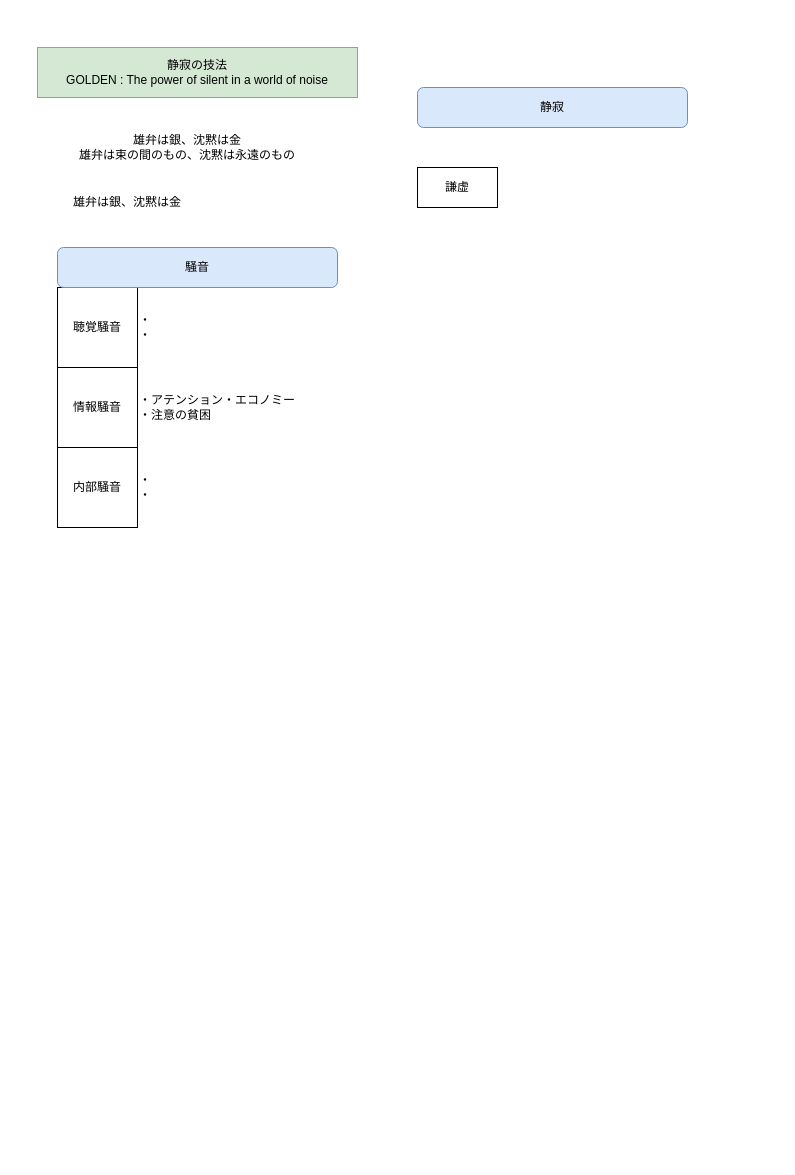
The draw.io diagram 静寂の技法.drawio in YossyIto/booklog_drowio, before the edit. Source tidied: cells renumbered, new cells numbered last; positions are measured from the earlier drawing's top-left corner, leaving out a move shared by most shapes. Both pictures are drawn from the tidied source at 100%, with x=0, y=0 at pixel (37, 47).
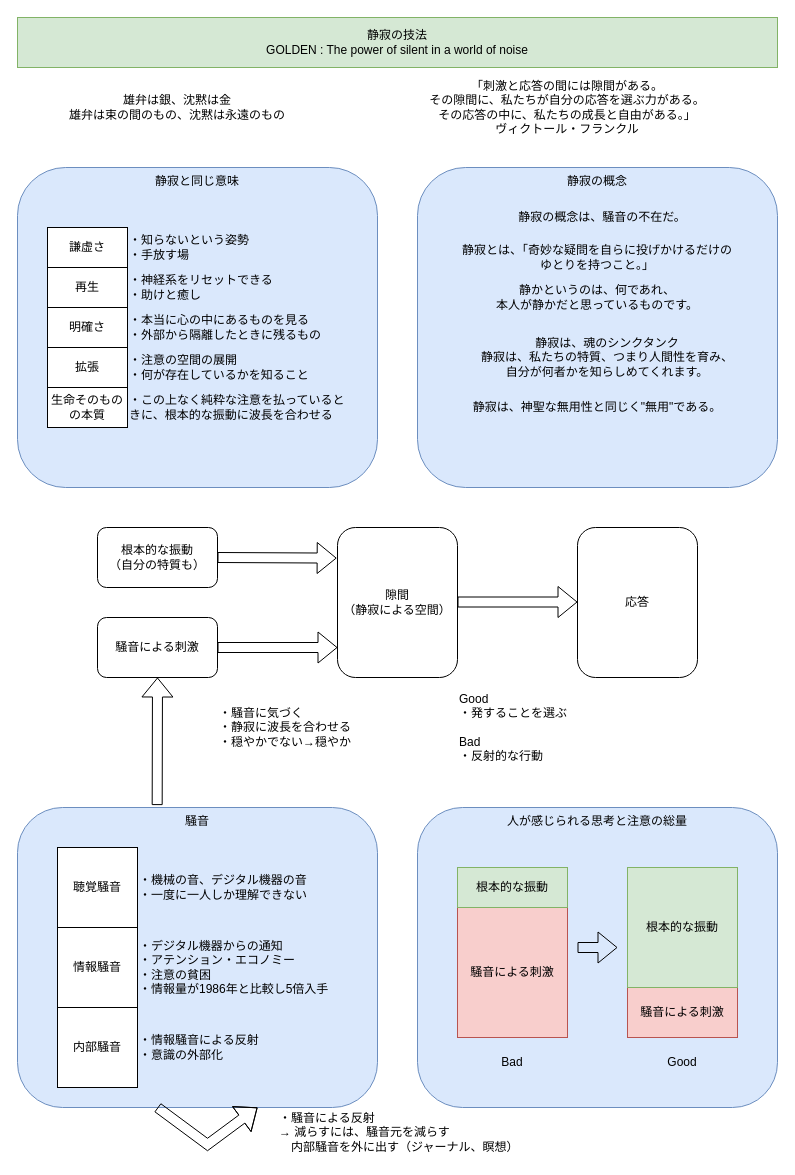
After the change.

Commit message:
静寂の技法.drawio を更新します

What changed in the source:
```diff
@@
+    <mxCell id="14" value="静寂の概念" style="rounded=1;whiteSpace=wrap;html=1;fillColor=#dae8fc;strokeColor=#6c8ebf;horizontal=1;verticalAlign=top;" parent="1" vertex="1">
+      <mxGeometry x="380" y="120" width="360" height="320" as="geometry" />
+    </mxCell>
+    <mxCell id="12" value="静寂と同じ意味" style="rounded=1;whiteSpace=wrap;html=1;fillColor=#dae8fc;strokeColor=#6c8ebf;horizontal=1;verticalAlign=top;" parent="1" vertex="1">
+      <mxGeometry x="-20" y="120" width="360" height="320" as="geometry" />
+    </mxCell>
+    <mxCell id="8" value="騒音" style="rounded=1;whiteSpace=wrap;html=1;fillColor=#dae8fc;strokeColor=#6c8ebf;verticalAlign=top;" parent="1" vertex="1">
+      <mxGeometry x="-20" y="760" width="360" height="300" as="geometry" />
+    </mxCell>
     <mxCell id="2" value="静寂の技法&lt;div&gt;GOLDEN : The power of silent in a world of noise&lt;/div&gt;" style="text;html=1;align=center;verticalAlign=middle;whiteSpace=wrap;rounded=0;fillColor=#d5e8d4;strokeColor=#82b366;" parent="1" vertex="1">
-      <mxGeometry width="320" height="50" as="geometry" />
+      <mxGeometry x="-20" y="-30" width="760" height="50" as="geometry" />
     </mxCell>
     <mxCell id="3" value="雄弁は銀、沈黙は金&lt;div&gt;雄弁は束の間のもの、沈黙は永遠のもの&lt;/div&gt;" style="text;html=1;align=center;verticalAlign=middle;whiteSpace=wrap;rounded=0;" parent="1" vertex="1">
-      <mxGeometry y="80" width="300" height="40" as="geometry" />
+      <mxGeometry x="-20" y="40" width="320" height="40" as="geometry" />
     </mxCell>
-    <mxCell id="4" value="雄弁は銀、沈黙は金" style="text;html=1;align=center;verticalAlign=middle;whiteSpace=wrap;rounded=0;" parent="1" vertex="1">
-      <mxGeometry y="140" width="180" height="30" as="geometry" />
+    <mxCell id="4" value="&lt;div&gt;「刺激と応答の間には隙間がある。&lt;/div&gt;&lt;div&gt;その隙間に、私たちが自分の応答を選ぶ力がある。&lt;/div&gt;&lt;div&gt;その応答の中に、私たちの成長と自由がある。」&lt;/div&gt;&lt;div&gt;ヴィクトール・フランクル&lt;/div&gt;" style="text;html=1;align=center;verticalAlign=middle;whiteSpace=wrap;rounded=0;" parent="1" vertex="1">
+      <mxGeometry x="370" y="20" width="320" height="80" as="geometry" />
     </mxCell>
     <mxCell id="5" value="聴覚騒音" style="rounded=0;whiteSpace=wrap;html=1;" parent="1" vertex="1">
-      <mxGeometry x="20" y="240" width="80" height="80" as="geometry" />
+      <mxGeometry x="20" y="800" width="80" height="80" as="geometry" />
     </mxCell>
     <mxCell id="6" value="内部騒音" style="rounded=0;whiteSpace=wrap;html=1;" parent="1" vertex="1">
-      <mxGeometry x="20" y="400" width="80" height="80" as="geometry" />
+      <mxGeometry x="20" y="960" width="80" height="80" as="geometry" />
     </mxCell>
     <mxCell id="7" value="情報騒音" style="rounded=0;whiteSpace=wrap;html=1;" parent="1" vertex="1">
-      <mxGeometry x="20" y="320" width="80" height="80" as="geometry" />
+      <mxGeometry x="20" y="880" width="80" height="80" as="geometry" />
     </mxCell>
-    <mxCell id="8" value="騒音" style="rounded=1;whiteSpace=wrap;html=1;fillColor=#dae8fc;strokeColor=#6c8ebf;" parent="1" vertex="1">
-      <mxGeometry x="20" y="200" width="280" height="40" as="geometry" />
-    </mxCell>
-    <mxCell id="9" value="・&lt;div&gt;・&lt;/div&gt;" style="text;html=1;align=left;verticalAlign=middle;whiteSpace=wrap;rounded=0;" parent="1" vertex="1">
-      <mxGeometry x="100" y="240" width="200" height="80" as="geometry" />
+    <mxCell id="9" value="&lt;div&gt;・機械の音、デジタル機器の音&lt;br&gt;・一度に一人しか理解できない&lt;/div&gt;" style="text;html=1;align=left;verticalAlign=middle;whiteSpace=wrap;rounded=0;" parent="1" vertex="1">
+      <mxGeometry x="100" y="800" width="220" height="80" as="geometry" />
     </mxCell>
-    <mxCell id="10" value="・アテンション・エコノミー&lt;div&gt;・注意の貧困&lt;/div&gt;" style="text;html=1;align=left;verticalAlign=middle;whiteSpace=wrap;rounded=0;" parent="1" vertex="1">
-      <mxGeometry x="100" y="320" width="200" height="80" as="geometry" />
+    <mxCell id="10" value="&lt;div&gt;・デジタル機器からの通知&lt;/div&gt;&lt;div&gt;・アテンション・エコノミー&lt;div&gt;・注意の貧困&lt;/div&gt;&lt;/div&gt;&lt;div&gt;・情報量が1986年と比較し5倍入手&lt;/div&gt;" style="text;html=1;align=left;verticalAlign=middle;whiteSpace=wrap;rounded=0;" parent="1" vertex="1">
+      <mxGeometry x="100" y="880" width="220" height="80" as="geometry" />
     </mxCell>
-    <mxCell id="11" value="・&lt;div&gt;・&lt;/div&gt;" style="text;html=1;align=left;verticalAlign=middle;whiteSpace=wrap;rounded=0;" parent="1" vertex="1">
-      <mxGeometry x="100" y="400" width="200" height="80" as="geometry" />
+    <mxCell id="11" value="・情報騒音による反射&lt;br&gt;&lt;div&gt;・意識の外部化&lt;/div&gt;" style="text;html=1;align=left;verticalAlign=middle;whiteSpace=wrap;rounded=0;" parent="1" vertex="1">
+      <mxGeometry x="100" y="960" width="200" height="80" as="geometry" />
     </mxCell>
-    <mxCell id="12" value="静寂" style="rounded=1;whiteSpace=wrap;html=1;fillColor=#dae8fc;strokeColor=#6c8ebf;" parent="1" vertex="1">
-      <mxGeometry x="380" y="40" width="270" height="40" as="geometry" />
-    </mxCell>
-    <mxCell id="13" value="謙虚" style="rounded=0;whiteSpace=wrap;html=1;" parent="1" vertex="1">
-      <mxGeometry x="380" y="120" width="80" height="40" as="geometry" />
+    <mxCell id="13" value="再生" style="rounded=0;whiteSpace=wrap;html=1;" parent="1" vertex="1">
+      <mxGeometry x="10" y="220" width="80" height="40" as="geometry" />
     </mxCell>
+    <mxCell id="15" value="謙虚さ" style="rounded=0;whiteSpace=wrap;html=1;" parent="1" vertex="1">
+      <mxGeometry x="10" y="180" width="80" height="40" as="geometry" />
+    </mxCell>
+    <mxCell id="16" value="明確さ" style="rounded=0;whiteSpace=wrap;html=1;" parent="1" vertex="1">
+      <mxGeometry x="10" y="260" width="80" height="40" as="geometry" />
+    </mxCell>
+    <mxCell id="17" value="拡張" style="rounded=0;whiteSpace=wrap;html=1;" parent="1" vertex="1">
+      <mxGeometry x="10" y="300" width="80" height="40" as="geometry" />
+    </mxCell>
+    <mxCell id="18" value="応答" style="rounded=1;whiteSpace=wrap;html=1;" parent="1" vertex="1">
+      <mxGeometry x="540" y="480" width="120" height="150" as="geometry" />
+    </mxCell>
+    <mxCell id="19" value="騒音による刺激" style="rounded=1;whiteSpace=wrap;html=1;" parent="1" vertex="1">
+      <mxGeometry x="60" y="570" width="120" height="60" as="geometry" />
+    </mxCell>
+    <mxCell id="20" value="隙間&lt;div&gt;（静寂による空間）&lt;/div&gt;" style="rounded=1;whiteSpace=wrap;html=1;" parent="1" vertex="1">
+      <mxGeometry x="300" y="480" width="120" height="150" as="geometry" />
+    </mxCell>
+    <mxCell id="21" style="shape=flexArrow;endArrow=classic;html=1;rounded=0;exitX=1;exitY=0.5;exitDx=0;exitDy=0;" parent="1" edge="1" source="19">
+      <mxGeometry relative="1" as="geometry">
+        <mxPoint x="300" y="600" as="targetPoint" />
+      </mxGeometry>
+    </mxCell>
+    <mxCell id="22" style="shape=flexArrow;endArrow=classic;html=1;rounded=0;exitX=1;exitY=0.5;exitDx=0;exitDy=0;entryX=0;entryY=0.5;entryDx=0;entryDy=0;" parent="1" edge="1">
+      <mxGeometry relative="1" as="geometry">
+        <mxPoint x="420" y="554.5" as="sourcePoint" />
+        <mxPoint x="540" y="554.5" as="targetPoint" />
+      </mxGeometry>
+    </mxCell>
+    <mxCell id="23" value="&lt;div&gt;&lt;span style=&quot;background-color: transparent; color: light-dark(rgb(0, 0, 0), rgb(255, 255, 255));&quot;&gt;・騒音に気づく&lt;/span&gt;&lt;/div&gt;&lt;div&gt;・静寂に波長を合わせる&lt;/div&gt;&lt;div&gt;・穏やかでない→穏やか&lt;/div&gt;" style="text;html=1;align=left;verticalAlign=middle;whiteSpace=wrap;rounded=0;" parent="1" vertex="1">
+      <mxGeometry x="180" y="640" width="200" height="80" as="geometry" />
+    </mxCell>
+    <mxCell id="24" value="&lt;div&gt;&lt;span style=&quot;background-color: transparent; color: light-dark(rgb(0, 0, 0), rgb(255, 255, 255));&quot;&gt;Good&lt;br&gt;・発することを選ぶ&lt;/span&gt;&lt;/div&gt;&lt;div&gt;&lt;span style=&quot;background-color: transparent; color: light-dark(rgb(0, 0, 0), rgb(255, 255, 255));&quot;&gt;&lt;br&gt;&lt;/span&gt;&lt;/div&gt;&lt;div&gt;&lt;span style=&quot;background-color: transparent; color: light-dark(rgb(0, 0, 0), rgb(255, 255, 255));&quot;&gt;Bad&amp;nbsp;&lt;/span&gt;&lt;/div&gt;&lt;div&gt;&lt;span style=&quot;background-color: transparent; color: light-dark(rgb(0, 0, 0), rgb(255, 255, 255));&quot;&gt;・反射的な行動&lt;/span&gt;&lt;/div&gt;" style="text;html=1;align=left;verticalAlign=middle;whiteSpace=wrap;rounded=0;" parent="1" vertex="1">
+      <mxGeometry x="420" y="640" width="290" height="80" as="geometry" />
+    </mxCell>
+    <mxCell id="25" style="shape=flexArrow;endArrow=classic;html=1;rounded=0;entryX=0.5;entryY=1;entryDx=0;entryDy=0;exitX=0.388;exitY=-0.008;exitDx=0;exitDy=0;exitPerimeter=0;" parent="1" edge="1" source="8" target="19">
+      <mxGeometry relative="1" as="geometry" />
+    </mxCell>
+    <mxCell id="26" style="shape=flexArrow;endArrow=classic;html=1;rounded=0;" parent="1" edge="1">
+      <mxGeometry relative="1" as="geometry">
+        <mxPoint x="120" y="1060" as="sourcePoint" />
+        <mxPoint x="220" y="1060" as="targetPoint" />
+        <Array as="points">
+          <mxPoint x="170" y="1097" />
+        </Array>
+      </mxGeometry>
+    </mxCell>
+    <mxCell id="27" value="静寂は、神聖な無用性と同じく&quot;無用&quot;である。" style="text;html=1;align=center;verticalAlign=middle;whiteSpace=wrap;rounded=0;" parent="1" vertex="1">
+      <mxGeometry x="410" y="340" width="300" height="40" as="geometry" />
+    </mxCell>
+    <mxCell id="28" value="静寂とは、「奇妙な疑問を自らに投げかけるだけの&lt;div&gt;ゆとりを持つこと。」&lt;/div&gt;" style="text;html=1;align=center;verticalAlign=middle;whiteSpace=wrap;rounded=0;" parent="1" vertex="1">
+      <mxGeometry x="400" y="190" width="320" height="40" as="geometry" />
+    </mxCell>
+    <mxCell id="29" value="&lt;div&gt;・神経系をリセットできる&lt;/div&gt;・助けと癒し" style="text;html=1;align=left;verticalAlign=middle;whiteSpace=wrap;rounded=0;" parent="1" vertex="1">
+      <mxGeometry x="90" y="220" width="220" height="40" as="geometry" />
+    </mxCell>
+    <mxCell id="30" value="静寂の概念は、騒音の不在だ。" style="text;html=1;align=center;verticalAlign=middle;whiteSpace=wrap;rounded=0;" parent="1" vertex="1">
+      <mxGeometry x="405" y="150" width="320" height="40" as="geometry" />
+    </mxCell>
+    <mxCell id="31" value="静かというのは、何であれ、&lt;div&gt;本人が静かだと思っているものです。&lt;/div&gt;" style="text;html=1;align=center;verticalAlign=middle;whiteSpace=wrap;rounded=0;" parent="1" vertex="1">
+      <mxGeometry x="400" y="230" width="320" height="40" as="geometry" />
+    </mxCell>
+    <mxCell id="32" value="静寂は、魂のシンクタンク&lt;div&gt;静寂は、私たちの特質、つまり人間性を育み、&lt;/div&gt;&lt;div&gt;自分が何者かを知らしめてくれます。&lt;/div&gt;" style="text;html=1;align=center;verticalAlign=middle;whiteSpace=wrap;rounded=0;" parent="1" vertex="1">
+      <mxGeometry x="410" y="280" width="320" height="60" as="geometry" />
+    </mxCell>
+    <mxCell id="33" value="生命そのものの本質" style="rounded=0;whiteSpace=wrap;html=1;" parent="1" vertex="1">
+      <mxGeometry x="10" y="340" width="80" height="40" as="geometry" />
+    </mxCell>
+    <mxCell id="34" value="・知らないという姿勢&lt;div&gt;・手放す場&lt;/div&gt;" style="text;html=1;align=left;verticalAlign=middle;whiteSpace=wrap;rounded=0;" parent="1" vertex="1">
+      <mxGeometry x="90" y="180" width="220" height="40" as="geometry" />
+    </mxCell>
+    <mxCell id="35" value="&lt;div&gt;・本当に心の中にあるものを見る&lt;/div&gt;&lt;div&gt;・外部から隔離したときに残るもの&lt;/div&gt;" style="text;html=1;align=left;verticalAlign=middle;whiteSpace=wrap;rounded=0;" parent="1" vertex="1">
+      <mxGeometry x="90" y="260" width="220" height="40" as="geometry" />
+    </mxCell>
+    <mxCell id="36" value="・注意の空間の展開&lt;div&gt;・何が存在しているかを知ること&lt;/div&gt;" style="text;html=1;align=left;verticalAlign=middle;whiteSpace=wrap;rounded=0;" parent="1" vertex="1">
+      <mxGeometry x="90" y="300" width="220" height="40" as="geometry" />
+    </mxCell>
+    <mxCell id="37" value="・この上なく純粋な注意を払っているときに、根本的な振動に波長を合わせる" style="text;html=1;align=left;verticalAlign=middle;whiteSpace=wrap;rounded=0;" parent="1" vertex="1">
+      <mxGeometry x="90" y="340" width="220" height="40" as="geometry" />
+    </mxCell>
+    <mxCell id="38" value="根本的な振動&lt;div&gt;（自分の特質も）&lt;/div&gt;" style="rounded=1;whiteSpace=wrap;html=1;" parent="1" vertex="1">
+      <mxGeometry x="60" y="480" width="120" height="60" as="geometry" />
+    </mxCell>
+    <mxCell id="39" style="shape=flexArrow;endArrow=classic;html=1;rounded=0;exitX=1;exitY=0.5;exitDx=0;exitDy=0;entryX=-0.007;entryY=0.204;entryDx=0;entryDy=0;entryPerimeter=0;" parent="1" edge="1" target="20">
+      <mxGeometry relative="1" as="geometry">
+        <mxPoint x="180" y="510" as="sourcePoint" />
+      </mxGeometry>
+    </mxCell>
+    <mxCell id="40" value="人が感じられる思考と注意の総量" style="rounded=1;whiteSpace=wrap;html=1;fillColor=#dae8fc;strokeColor=#6c8ebf;verticalAlign=top;" parent="1" vertex="1">
+      <mxGeometry x="380" y="760" width="360" height="300" as="geometry" />
+    </mxCell>
+    <mxCell id="41" value="騒音による刺激" style="rounded=0;whiteSpace=wrap;html=1;fillColor=#f8cecc;strokeColor=#b85450;" parent="1" vertex="1">
+      <mxGeometry x="420" y="860" width="110" height="130" as="geometry" />
+    </mxCell>
+    <mxCell id="42" value="Bad" style="text;html=1;align=center;verticalAlign=middle;whiteSpace=wrap;rounded=0;" parent="1" vertex="1">
+      <mxGeometry x="420" y="1000" width="110" height="30" as="geometry" />
+    </mxCell>
+    <mxCell id="43" value="根本的な振動" style="rounded=0;whiteSpace=wrap;html=1;fillColor=#d5e8d4;strokeColor=#82b366;" parent="1" vertex="1">
+      <mxGeometry x="420" y="820" width="110" height="40" as="geometry" />
+    </mxCell>
+    <mxCell id="44" value="騒音による刺激" style="rounded=0;whiteSpace=wrap;html=1;fillColor=#f8cecc;strokeColor=#b85450;" parent="1" vertex="1">
+      <mxGeometry x="590" y="940" width="110" height="50" as="geometry" />
+    </mxCell>
+    <mxCell id="45" value="根本的な振動" style="rounded=0;whiteSpace=wrap;html=1;fillColor=#d5e8d4;strokeColor=#82b366;" parent="1" vertex="1">
+      <mxGeometry x="590" y="820" width="110" height="120" as="geometry" />
+    </mxCell>
+    <mxCell id="46" value="Good" style="text;html=1;align=center;verticalAlign=middle;whiteSpace=wrap;rounded=0;" parent="1" vertex="1">
+      <mxGeometry x="590" y="1000" width="110" height="30" as="geometry" />
+    </mxCell>
+    <mxCell id="47" style="shape=flexArrow;endArrow=classic;html=1;rounded=0;" parent="1" edge="1">
+      <mxGeometry relative="1" as="geometry">
+        <mxPoint x="540" y="900" as="sourcePoint" />
+        <mxPoint x="580" y="900" as="targetPoint" />
+      </mxGeometry>
+    </mxCell>
+    <mxCell id="48" value="&lt;div&gt;&lt;span style=&quot;background-color: transparent; color: light-dark(rgb(0, 0, 0), rgb(255, 255, 255));&quot;&gt;・騒音による反射&lt;/span&gt;&lt;/div&gt;&lt;div&gt;&lt;span style=&quot;background-color: transparent; color: light-dark(rgb(0, 0, 0), rgb(255, 255, 255));&quot;&gt;→ 減らすには、騒音元を減らす&lt;/span&gt;&lt;/div&gt;&lt;div&gt;&lt;span style=&quot;background-color: transparent; color: light-dark(rgb(0, 0, 0), rgb(255, 255, 255));&quot;&gt;　内部騒音を外に出す&lt;/span&gt;&lt;span style=&quot;background-color: transparent; color: light-dark(rgb(0, 0, 0), rgb(255, 255, 255));&quot;&gt;（ジャーナル、瞑想）&lt;/span&gt;&lt;/div&gt;" style="text;html=1;align=left;verticalAlign=middle;whiteSpace=wrap;rounded=0;" parent="1" vertex="1">
+      <mxGeometry x="240" y="1060" width="260" height="50" as="geometry" />
+    </mxCell>
```
